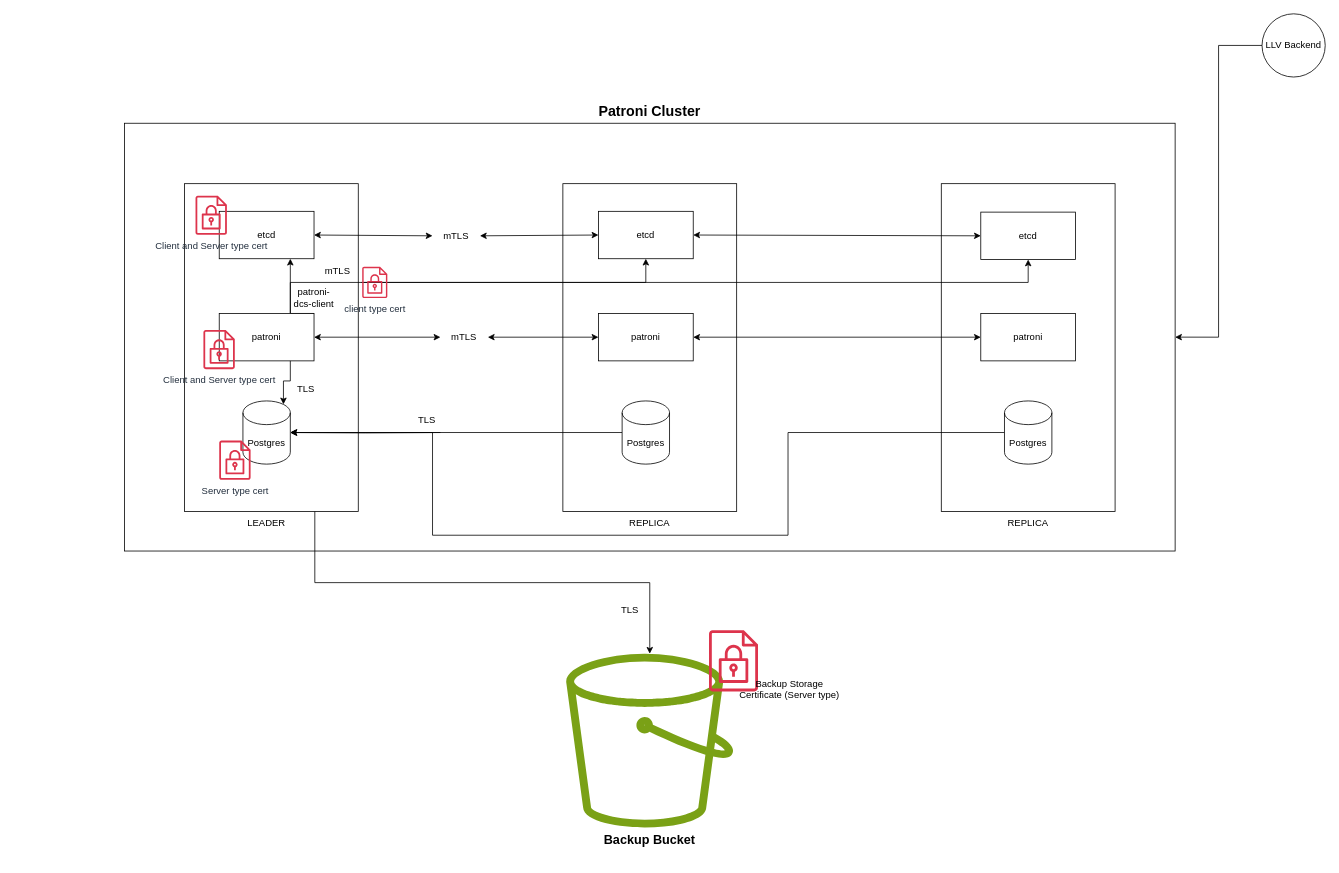
konradjed/patroni-postgres-cluster keeps this draw.io diagram as tls.drawio. Above is the earlier version. Source tidied: cells renumbered, new cells numbered last; positions are measured from the earlier drawing's top-left corner, leaving out a move shared by most shapes. Both pictures are drawn from the tidied source at 79%, with x=0, y=0 at pixel (124, 13).
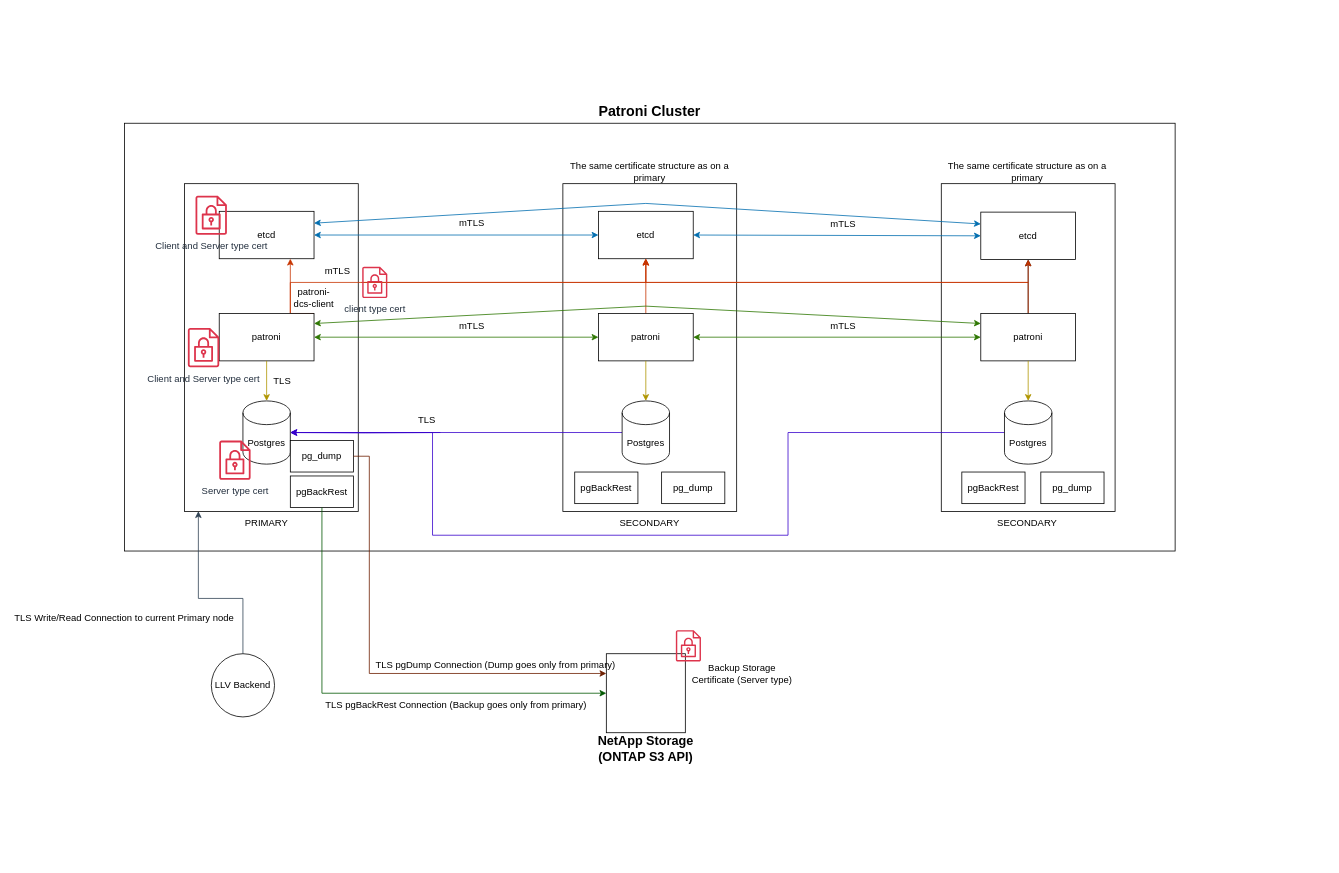
The same diagram, later.

Unchanged cells that the change refers to:
```xml
<mxCell id="2" style="group;" parent="1" vertex="1">
  <mxGeometry y="80" width="1330" height="600" as="geometry" />
</mxCell>
<mxCell id="3" style="rounded=0;whiteSpace=wrap;html=1;" parent="2" vertex="1">
  <mxGeometry y="58.5" width="1330" height="541.5" as="geometry" />
</mxCell>
<mxCell id="6" style="rounded=0;whiteSpace=wrap;html=1;" parent="2" vertex="1">
  <mxGeometry x="76" y="135" width="220" height="415" as="geometry" />
</mxCell>
<mxCell id="8" value="etcd" style="rounded=0;whiteSpace=wrap;html=1;" parent="2" vertex="1">
  <mxGeometry x="600" y="170" width="120" height="60" as="geometry" />
</mxCell>
<mxCell id="9" value="etcd" style="rounded=0;whiteSpace=wrap;html=1;" parent="2" vertex="1">
  <mxGeometry x="1084" y="171" width="120" height="60" as="geometry" />
</mxCell>
<mxCell id="10" value="etcd" style="rounded=0;whiteSpace=wrap;html=1;" parent="2" vertex="1">
  <mxGeometry x="120" y="170" width="120" height="60" as="geometry" />
</mxCell>
<mxCell id="11" value="patroni" style="rounded=0;whiteSpace=wrap;html=1;" parent="2" vertex="1">
  <mxGeometry x="1084" y="299.3" width="120" height="60" as="geometry" />
</mxCell>
<mxCell id="15" value="patroni" style="rounded=0;whiteSpace=wrap;html=1;" parent="2" vertex="1">
  <mxGeometry x="120" y="299.3" width="120" height="60" as="geometry" />
</mxCell>
<mxCell id="16" value="patroni" style="rounded=0;whiteSpace=wrap;html=1;" parent="2" vertex="1">
  <mxGeometry x="600" y="299.3" width="120" height="60" as="geometry" />
</mxCell>
<mxCell id="17" value="Postgres" style="shape=cylinder3;whiteSpace=wrap;html=1;boundedLbl=1;backgroundOutline=1;size=15;" parent="2" vertex="1">
  <mxGeometry x="150" y="410" width="60" height="80" as="geometry" />
</mxCell>
<mxCell id="19" value="Postgres" style="shape=cylinder3;whiteSpace=wrap;html=1;boundedLbl=1;backgroundOutline=1;size=15;" parent="2" vertex="1">
  <mxGeometry x="1114" y="410" width="60" height="80" as="geometry" />
</mxCell>
<mxCell id="21" value="Postgres" style="shape=cylinder3;whiteSpace=wrap;html=1;boundedLbl=1;backgroundOutline=1;size=15;" parent="2" vertex="1">
  <mxGeometry x="630" y="410" width="60" height="80" as="geometry" />
</mxCell>
<mxCell id="37" value="mTLS" style="text;html=1;whiteSpace=wrap;strokeColor=none;fillColor=none;align=center;verticalAlign=middle;rounded=0;" parent="2" vertex="1">
  <mxGeometry x="240" y="231" width="60" height="30" as="geometry" />
</mxCell>
```

The edit, as a diff of the source:
```diff
@@
+    <mxCell id="54" style="edgeStyle=orthogonalEdgeStyle;rounded=0;jettySize=auto;html=1;entryX=0.5;entryY=1;entryDx=0;entryDy=0;" parent="2" edge="1" source="11" target="9">
+      <mxGeometry relative="1" as="geometry" />
+    </mxCell>
+    <mxCell id="55" style="edgeStyle=orthogonalEdgeStyle;rounded=0;jettySize=auto;html=1;entryX=0.5;entryY=1;entryDx=0;entryDy=0;fillColor=#fa6800;strokeColor=#C73500;" parent="2" edge="1" source="11" target="8">
+      <mxGeometry relative="1" as="geometry">
+        <Array as="points">
+          <mxPoint x="1144" y="260" />
+          <mxPoint x="660" y="260" />
+        </Array>
+      </mxGeometry>
+    </mxCell>
@@
-    <mxCell id="12" style="edgeStyle=orthogonalEdgeStyle;rounded=0;jettySize=auto;html=1;exitX=0.75;exitY=0;exitDx=0;exitDy=0;entryX=0.75;entryY=1;entryDx=0;entryDy=0;" parent="2" edge="1" source="15" target="10">
+    <mxCell id="12" style="edgeStyle=orthogonalEdgeStyle;rounded=0;jettySize=auto;html=1;exitX=0.75;exitY=0;exitDx=0;exitDy=0;entryX=0.75;entryY=1;entryDx=0;entryDy=0;fillColor=#fa6800;strokeColor=#C73500;" parent="2" edge="1" source="15" target="10">
       <mxGeometry relative="1" as="geometry" />
     </mxCell>
-    <mxCell id="13" style="edgeStyle=orthogonalEdgeStyle;rounded=0;jettySize=auto;html=1;exitX=1;exitY=0;exitDx=0;exitDy=0;" parent="2" edge="1" source="15" target="8">
+    <mxCell id="13" style="edgeStyle=orthogonalEdgeStyle;rounded=0;jettySize=auto;html=1;exitX=1;exitY=0;exitDx=0;exitDy=0;fillColor=#fa6800;strokeColor=#C73500;" parent="2" edge="1" source="15" target="8">
       <mxGeometry relative="1" as="geometry">
         <Array as="points">
           <mxPoint x="210" y="299.3" />
           <mxPoint x="210" y="260" />
           <mxPoint x="660" y="260" />
         </Array>
       </mxGeometry>
     </mxCell>
-    <mxCell id="14" style="edgeStyle=orthogonalEdgeStyle;rounded=0;jettySize=auto;html=1;entryX=0.5;entryY=1;entryDx=0;entryDy=0;" parent="2" edge="1" source="37" target="9">
+    <mxCell id="14" style="edgeStyle=orthogonalEdgeStyle;rounded=0;jettySize=auto;html=1;entryX=0.5;entryY=1;entryDx=0;entryDy=0;fillColor=#fa6800;strokeColor=#C73500;" parent="2" edge="1" source="37" target="9">
       <mxGeometry relative="1" as="geometry">
         <Array as="points">
           <mxPoint x="1144" y="260" />
         </Array>
       </mxGeometry>
     </mxCell>
@@
+    <mxCell id="56" style="edgeStyle=orthogonalEdgeStyle;rounded=0;jettySize=auto;html=1;entryX=0.5;entryY=1;entryDx=0;entryDy=0;fillColor=#fa6800;strokeColor=#C73500;" parent="2" edge="1" source="16" target="8">
+      <mxGeometry relative="1" as="geometry" />
+    </mxCell>
@@
-    <mxCell id="18" style="edgeStyle=orthogonalEdgeStyle;rounded=0;jettySize=auto;html=1;entryX=1;entryY=0.5;entryDx=0;entryDy=0;entryPerimeter=0;" parent="2" edge="1" source="19" target="17">
+    <mxCell id="18" style="edgeStyle=orthogonalEdgeStyle;rounded=0;jettySize=auto;html=1;entryX=1;entryY=0.5;entryDx=0;entryDy=0;entryPerimeter=0;fillColor=#6a00ff;strokeColor=#3700CC;" parent="2" edge="1" source="19" target="17">
       <mxGeometry relative="1" as="geometry">
         <Array as="points">
           <mxPoint x="840" y="450" />
           <mxPoint x="840" y="580" />
           <mxPoint x="390" y="580" />
           <mxPoint x="390" y="450" />
         </Array>
       </mxGeometry>
     </mxCell>
@@
-    <mxCell id="20" style="edgeStyle=orthogonalEdgeStyle;rounded=0;jettySize=auto;html=1;entryX=1;entryY=0.5;entryDx=0;entryDy=0;entryPerimeter=0;" parent="2" edge="1" source="21" target="17">
+    <mxCell id="20" style="edgeStyle=orthogonalEdgeStyle;rounded=0;jettySize=auto;html=1;entryX=1;entryY=0.5;entryDx=0;entryDy=0;entryPerimeter=0;fillColor=#6a00ff;strokeColor=#3700CC;" parent="2" edge="1" source="21" target="17">
       <mxGeometry relative="1" as="geometry" />
     </mxCell>
@@
     <mxCell id="25" value="Client and Server type cert" style="sketch=0;fontColor=#232F3E;gradientColor=none;fillColor=#DD344C;strokeColor=none;dashed=0;verticalLabelPosition=bottom;verticalAlign=top;align=center;html=1;fontSize=12;fontStyle=0;shape=mxgraph.aws4.encrypted_data;" parent="2" vertex="1">
-      <mxGeometry x="100" y="320" width="39.7" height="50" as="geometry" />
+      <mxGeometry x="80.3" y="317.5" width="39.7" height="50" as="geometry" />
     </mxCell>
@@
-    <mxCell id="27" style="edgeStyle=orthogonalEdgeStyle;rounded=0;jettySize=auto;html=1;exitX=0.75;exitY=1;exitDx=0;exitDy=0;entryX=0.855;entryY=0;entryDx=0;entryDy=4.35;entryPerimeter=0;" parent="2" edge="1" source="15" target="17">
-      <mxGeometry relative="1" as="geometry" />
-    </mxCell>
     <mxCell id="28" value="TLS" style="text;html=1;whiteSpace=wrap;strokeColor=none;fillColor=none;align=center;verticalAlign=middle;rounded=0;" parent="2" vertex="1">
-      <mxGeometry x="200" y="380" width="60" height="30" as="geometry" />
+      <mxGeometry x="170" y="370" width="60" height="30" as="geometry" />
     </mxCell>
-    <mxCell id="29" style="endArrow=classic;startArrow=classic;html=1;rounded=0;entryX=0;entryY=0.5;entryDx=0;entryDy=0;exitX=1;exitY=0.5;exitDx=0;exitDy=0;" parent="2" edge="1" source="32" target="16">
+    <mxCell id="29" style="endArrow=classic;startArrow=classic;html=1;rounded=0;entryX=0;entryY=0.5;entryDx=0;entryDy=0;exitX=1;exitY=0.5;exitDx=0;exitDy=0;fillColor=#60a917;strokeColor=#2D7600;" parent="2" edge="1" source="15" target="16">
       <mxGeometry relative="1" as="geometry" />
     </mxCell>
-    <mxCell id="30" style="endArrow=classic;startArrow=classic;html=1;rounded=0;entryX=0;entryY=0.5;entryDx=0;entryDy=0;exitX=1;exitY=0.5;exitDx=0;exitDy=0;" parent="2" edge="1" source="34" target="8">
-      <mxGeometry relative="1" as="geometry" />
-    </mxCell>
-    <mxCell id="31" style="endArrow=classic;startArrow=classic;html=1;rounded=0;entryX=0;entryY=0.5;entryDx=0;entryDy=0;exitX=1;exitY=0.5;exitDx=0;exitDy=0;" parent="2" edge="1" source="15" target="32">
-      <mxGeometry relative="1" as="geometry" />
-    </mxCell>
-    <mxCell id="32" value="mTLS" style="text;html=1;whiteSpace=wrap;strokeColor=none;fillColor=none;align=center;verticalAlign=middle;rounded=0;" parent="2" vertex="1">
-      <mxGeometry x="400" y="314.3" width="60" height="30" as="geometry" />
-    </mxCell>
-    <mxCell id="33" style="endArrow=classic;startArrow=classic;html=1;rounded=0;entryX=0;entryY=0.5;entryDx=0;entryDy=0;exitX=1;exitY=0.5;exitDx=0;exitDy=0;" parent="2" edge="1" source="10" target="34">
+    <mxCell id="33" style="endArrow=classic;startArrow=classic;html=1;rounded=0;entryX=0;entryY=0.5;entryDx=0;entryDy=0;exitX=1;exitY=0.5;exitDx=0;exitDy=0;fillColor=#1ba1e2;strokeColor=#006EAF;" parent="2" edge="1" source="10" target="8">
       <mxGeometry relative="1" as="geometry" />
     </mxCell>
-    <mxCell id="34" value="mTLS" style="text;html=1;whiteSpace=wrap;strokeColor=none;fillColor=none;align=center;verticalAlign=middle;rounded=0;" parent="2" vertex="1">
-      <mxGeometry x="390" y="186" width="60" height="30" as="geometry" />
-    </mxCell>
-    <mxCell id="35" style="endArrow=classic;startArrow=classic;html=1;rounded=0;entryX=0;entryY=0.5;entryDx=0;entryDy=0;exitX=1;exitY=0.5;exitDx=0;exitDy=0;" parent="2" edge="1" source="16" target="11">
+    <mxCell id="35" style="endArrow=classic;startArrow=classic;html=1;rounded=0;entryX=0;entryY=0.5;entryDx=0;entryDy=0;exitX=1;exitY=0.5;exitDx=0;exitDy=0;fillColor=#60a917;strokeColor=#2D7600;" parent="2" edge="1" source="16" target="11">
       <mxGeometry relative="1" as="geometry" />
     </mxCell>
-    <mxCell id="36" style="endArrow=classic;startArrow=classic;html=1;rounded=0;entryX=0;entryY=0.5;entryDx=0;entryDy=0;exitX=1;exitY=0.5;exitDx=0;exitDy=0;" parent="2" edge="1" source="8" target="9">
+    <mxCell id="36" style="endArrow=classic;startArrow=classic;html=1;rounded=0;entryX=0;entryY=0.5;entryDx=0;entryDy=0;exitX=1;exitY=0.5;exitDx=0;exitDy=0;fillColor=#1ba1e2;strokeColor=#006EAF;" parent="2" edge="1" source="8" target="9">
       <mxGeometry relative="1" as="geometry" />
     </mxCell>
@@
-    <mxCell id="38" value="LEADER" style="text;html=1;whiteSpace=wrap;strokeColor=none;fillColor=none;align=center;verticalAlign=middle;rounded=0;" parent="2" vertex="1">
+    <mxCell id="38" value="PRIMARY" style="text;html=1;whiteSpace=wrap;strokeColor=none;fillColor=none;align=center;verticalAlign=middle;rounded=0;" parent="2" vertex="1">
       <mxGeometry x="150" y="550" width="60" height="30" as="geometry" />
     </mxCell>
-    <mxCell id="39" value="REPLICA" style="text;html=1;whiteSpace=wrap;strokeColor=none;fillColor=none;align=center;verticalAlign=middle;rounded=0;" parent="2" vertex="1">
+    <mxCell id="39" value="SECONDARY" style="text;html=1;whiteSpace=wrap;strokeColor=none;fillColor=none;align=center;verticalAlign=middle;rounded=0;" parent="2" vertex="1">
       <mxGeometry x="635" y="550" width="60" height="30" as="geometry" />
     </mxCell>
-    <mxCell id="40" style="edgeStyle=orthogonalEdgeStyle;rounded=0;jettySize=auto;html=1;entryX=1;entryY=0.5;entryDx=0;entryDy=0;entryPerimeter=0;" parent="2" edge="1" target="17">
+    <mxCell id="40" style="edgeStyle=orthogonalEdgeStyle;rounded=0;jettySize=auto;html=1;entryX=1;entryY=0.5;entryDx=0;entryDy=0;entryPerimeter=0;fillColor=#6a00ff;strokeColor=#3700CC;" parent="2" edge="1" target="17">
       <mxGeometry relative="1" as="geometry">
         <mxPoint x="400" y="450" as="sourcePoint" />
       </mxGeometry>
     </mxCell>
@@
-    <mxCell id="42" value="REPLICA" style="text;html=1;whiteSpace=wrap;strokeColor=none;fillColor=none;align=center;verticalAlign=middle;rounded=0;" parent="2" vertex="1">
-      <mxGeometry x="1114" y="550" width="60" height="30" as="geometry" />
-    </mxCell>
+    <mxCell id="57" style="endArrow=classic;startArrow=classic;html=1;rounded=0;entryX=0;entryY=0.25;entryDx=0;entryDy=0;exitX=1;exitY=0.25;exitDx=0;exitDy=0;fillColor=#1ba1e2;strokeColor=#006EAF;" parent="2" edge="1" source="10" target="9">
+      <mxGeometry relative="1" as="geometry">
+        <Array as="points">
+          <mxPoint x="660" y="160" />
+        </Array>
+      </mxGeometry>
+    </mxCell>
+    <mxCell id="58" style="endArrow=classic;startArrow=classic;html=1;rounded=0;entryX=0;entryY=0.25;entryDx=0;entryDy=0;exitX=1;exitY=0.25;exitDx=0;exitDy=0;fillColor=#60a917;strokeColor=#2D7600;" parent="2" edge="1">
+      <mxGeometry relative="1" as="geometry">
+        <mxPoint x="240" y="312" as="sourcePoint" />
+        <mxPoint x="1084" y="312" as="targetPoint" />
+        <Array as="points">
+          <mxPoint x="660" y="290" />
+        </Array>
+      </mxGeometry>
+    </mxCell>
+    <mxCell id="59" style="edgeStyle=orthogonalEdgeStyle;rounded=0;jettySize=auto;html=1;entryX=0.5;entryY=0;entryDx=0;entryDy=0;entryPerimeter=0;fillColor=#e3c800;strokeColor=#B09500;" parent="2" edge="1" source="16" target="21">
+      <mxGeometry relative="1" as="geometry" />
+    </mxCell>
+    <mxCell id="60" style="edgeStyle=orthogonalEdgeStyle;rounded=0;jettySize=auto;html=1;entryX=0.5;entryY=0;entryDx=0;entryDy=0;entryPerimeter=0;fillColor=#e3c800;strokeColor=#B09500;" parent="2" edge="1" source="11" target="19">
+      <mxGeometry relative="1" as="geometry" />
+    </mxCell>
+    <mxCell id="61" value="The same certificate structure as on a primary" style="text;html=1;whiteSpace=wrap;strokeColor=none;fillColor=none;align=center;verticalAlign=middle;rounded=0;" parent="2" vertex="1">
+      <mxGeometry x="555" y="105" width="220" height="30" as="geometry" />
+    </mxCell>
+    <mxCell id="62" value="The same certificate structure as on a primary" style="text;html=1;whiteSpace=wrap;strokeColor=none;fillColor=none;align=center;verticalAlign=middle;rounded=0;" parent="2" vertex="1">
+      <mxGeometry x="1033" y="105" width="220" height="30" as="geometry" />
+    </mxCell>
+    <mxCell id="63" value="mTLS" style="text;html=1;whiteSpace=wrap;strokeColor=none;fillColor=none;align=center;verticalAlign=middle;rounded=0;" parent="2" vertex="1">
+      <mxGeometry x="410" y="300" width="60" height="30" as="geometry" />
+    </mxCell>
+    <mxCell id="64" value="mTLS" style="text;html=1;whiteSpace=wrap;strokeColor=none;fillColor=none;align=center;verticalAlign=middle;rounded=0;" parent="2" vertex="1">
+      <mxGeometry x="410" y="170" width="60" height="30" as="geometry" />
+    </mxCell>
+    <mxCell id="65" value="mTLS" style="text;html=1;whiteSpace=wrap;strokeColor=none;fillColor=none;align=center;verticalAlign=middle;rounded=0;" parent="2" vertex="1">
+      <mxGeometry x="880" y="171" width="60" height="30" as="geometry" />
+    </mxCell>
+    <mxCell id="66" value="mTLS" style="text;html=1;whiteSpace=wrap;strokeColor=none;fillColor=none;align=center;verticalAlign=middle;rounded=0;" parent="2" vertex="1">
+      <mxGeometry x="880" y="300" width="60" height="30" as="geometry" />
+    </mxCell>
+    <mxCell id="67" value="SECONDARY" style="text;html=1;whiteSpace=wrap;strokeColor=none;fillColor=none;align=center;verticalAlign=middle;rounded=0;" parent="2" vertex="1">
+      <mxGeometry x="1113" y="550" width="60" height="30" as="geometry" />
+    </mxCell>
+    <mxCell id="68" value="pgBackRest" style="rounded=0;whiteSpace=wrap;html=1;" parent="2" vertex="1">
+      <mxGeometry x="210" y="505" width="80" height="40" as="geometry" />
+    </mxCell>
+    <mxCell id="69" value="pg_dump" style="rounded=0;whiteSpace=wrap;html=1;" parent="2" vertex="1">
+      <mxGeometry x="1160" y="500" width="80" height="40" as="geometry" />
+    </mxCell>
+    <mxCell id="27" style="edgeStyle=orthogonalEdgeStyle;rounded=0;jettySize=auto;html=1;entryX=0.5;entryY=0;entryDx=0;entryDy=0;entryPerimeter=0;fillColor=#e3c800;strokeColor=#B09500;exitX=0.5;exitY=1;exitDx=0;exitDy=0;" parent="2" edge="1" source="15" target="17">
+      <mxGeometry relative="1" as="geometry" />
+    </mxCell>
+    <mxCell id="70" value="pgBackRest" style="rounded=0;whiteSpace=wrap;html=1;" parent="2" vertex="1">
+      <mxGeometry x="570" y="500" width="80" height="40" as="geometry" />
+    </mxCell>
+    <mxCell id="71" value="pgBackRest" style="rounded=0;whiteSpace=wrap;html=1;" parent="2" vertex="1">
+      <mxGeometry x="1060" y="500" width="80" height="40" as="geometry" />
+    </mxCell>
+    <mxCell id="72" value="pg_dump" style="rounded=0;whiteSpace=wrap;html=1;" parent="2" vertex="1">
+      <mxGeometry x="680" y="500" width="80" height="40" as="geometry" />
+    </mxCell>
+    <mxCell id="73" value="pg_dump" style="rounded=0;whiteSpace=wrap;html=1;" parent="2" vertex="1">
+      <mxGeometry x="210" y="460" width="80" height="40" as="geometry" />
+    </mxCell>
-    <mxCell id="43" style="edgeStyle=orthogonalEdgeStyle;rounded=0;jettySize=auto;html=1;entryX=1;entryY=0.5;entryDx=0;entryDy=0;" parent="1" edge="1" source="44" target="3">
-      <mxGeometry relative="1" as="geometry" />
+    <mxCell id="43" style="edgeStyle=orthogonalEdgeStyle;rounded=0;jettySize=auto;html=1;entryX=0.08;entryY=0.999;entryDx=0;entryDy=0;entryPerimeter=0;fillColor=#647687;strokeColor=#314354;" parent="1" edge="1" source="44" target="6">
+      <mxGeometry relative="1" as="geometry">
+        <Array as="points">
+          <mxPoint x="150" y="740" />
+          <mxPoint x="93.6" y="740" />
+        </Array>
+      </mxGeometry>
     </mxCell>
     <mxCell id="44" value="LLV Backend" style="ellipse;whiteSpace=wrap;html=1;shapeInside=1;" parent="1" vertex="1">
-      <mxGeometry x="1440" width="80" height="80" as="geometry" />
+      <mxGeometry x="110" y="810" width="80" height="80" as="geometry" />
     </mxCell>
     <mxCell id="45" style="group;" parent="1" vertex="1">
-      <mxGeometry x="535" y="810" width="379" height="260" as="geometry" />
+      <mxGeometry x="530" y="810" width="379" height="260" as="geometry" />
     </mxCell>
     <mxCell id="46" style="group;" parent="45" vertex="1">
-      <mxGeometry width="267" height="260" as="geometry" />
+      <mxGeometry width="324" height="260" as="geometry" />
     </mxCell>
     <mxCell id="47" style="group;" parent="46" vertex="1">
-      <mxGeometry y="-30" width="267" height="290" as="geometry" />
+      <mxGeometry y="-30" width="324" height="290" as="geometry" />
     </mxCell>
-    <mxCell id="48" style="sketch=0;outlineConnect=0;fontColor=#232F3E;gradientColor=none;fillColor=#7AA116;strokeColor=none;dashed=0;verticalLabelPosition=bottom;verticalAlign=top;align=center;html=1;fontSize=12;fontStyle=0;shape=mxgraph.aws4.bucket;" parent="47" vertex="1">
-      <mxGeometry x="24.2" y="30" width="211.5" height="220" as="geometry" />
-    </mxCell>
-    <mxCell id="49" value="&lt;b&gt;&lt;font style=&quot;font-size: 16px;&quot;&gt;Backup Bucket&lt;/font&gt;&lt;/b&gt;" style="text;html=1;whiteSpace=wrap;strokeColor=none;fillColor=none;align=center;verticalAlign=middle;rounded=0;" parent="47" vertex="1">
-      <mxGeometry y="240" width="260" height="50" as="geometry" />
+    <mxCell id="49" value="&lt;b&gt;&lt;font style=&quot;font-size: 16px;&quot;&gt;NetApp Storage&lt;/font&gt;&lt;/b&gt;&lt;div&gt;&lt;font style=&quot;&quot;&gt;&lt;span style=&quot;font-size: 16px;&quot;&gt;&lt;b&gt;(ONTAP S3 API)&lt;/b&gt;&lt;/span&gt;&lt;/font&gt;&lt;/div&gt;" style="text;html=1;whiteSpace=wrap;strokeColor=none;fillColor=none;align=center;verticalAlign=middle;rounded=0;" parent="47" vertex="1">
+      <mxGeometry x="31.9" y="130" width="196.2" height="40" as="geometry" />
     </mxCell>
+    <mxCell id="74" style="whiteSpace=wrap;html=1;" parent="47" vertex="1">
+      <mxGeometry x="80" y="30" width="100" height="100" as="geometry" />
+    </mxCell>
     <mxCell id="50" style="sketch=0;fontColor=#232F3E;gradientColor=none;fillColor=#DD344C;strokeColor=none;dashed=0;verticalLabelPosition=bottom;verticalAlign=top;align=center;html=1;fontSize=12;fontStyle=0;shape=mxgraph.aws4.encrypted_data;" parent="47" vertex="1">
-      <mxGeometry x="205" width="62" height="78" as="geometry" />
+      <mxGeometry x="168" width="31.8" height="40" as="geometry" />
     </mxCell>
-    <mxCell id="51" value="Backup Storage Certificate (Server type)" style="text;html=1;whiteSpace=wrap;strokeColor=none;fillColor=none;align=center;verticalAlign=middle;rounded=0;" parent="45" vertex="1">
-      <mxGeometry x="235" y="20" width="144" height="50" as="geometry" />
+    <mxCell id="51" value="Backup Storage Certificate (Server type)" style="text;html=1;whiteSpace=wrap;strokeColor=none;fillColor=none;align=center;verticalAlign=middle;rounded=0;" parent="47" vertex="1">
+      <mxGeometry x="180" y="30" width="144" height="50" as="geometry" />
     </mxCell>
-    <mxCell id="52" style="edgeStyle=orthogonalEdgeStyle;rounded=0;jettySize=auto;html=1;exitX=0.75;exitY=1;exitDx=0;exitDy=0;" parent="1" edge="1" source="6" target="48">
-      <mxGeometry relative="1" as="geometry" />
-    </mxCell>
-    <mxCell id="53" value="TLS" style="text;html=1;whiteSpace=wrap;strokeColor=none;fillColor=none;align=center;verticalAlign=middle;rounded=0;" parent="1" vertex="1">
-      <mxGeometry x="610" y="740" width="60" height="30" as="geometry" />
+    <mxCell id="53" value="TLS pgBackRest Connection (Backup goes only from primary)" style="text;html=1;whiteSpace=wrap;strokeColor=none;fillColor=none;align=center;verticalAlign=middle;rounded=0;" parent="1" vertex="1">
+      <mxGeometry x="250" y="860" width="340" height="30" as="geometry" />
     </mxCell>
+    <mxCell id="75" value="TLS Write/Read Connection to current Primary node" style="text;html=1;whiteSpace=wrap;strokeColor=none;fillColor=none;align=center;verticalAlign=middle;rounded=0;" parent="1" vertex="1">
+      <mxGeometry x="-140" y="750" width="280" height="30" as="geometry" />
+    </mxCell>
+    <mxCell id="76" style="edgeStyle=orthogonalEdgeStyle;rounded=0;jettySize=auto;html=1;entryX=0;entryY=0.25;entryDx=0;entryDy=0;fillColor=#a0522d;strokeColor=#6D1F00;" parent="1" edge="1" source="73" target="74">
+      <mxGeometry relative="1" as="geometry">
+        <Array as="points">
+          <mxPoint x="310" y="560" />
+          <mxPoint x="310" y="835" />
+        </Array>
+      </mxGeometry>
+    </mxCell>
+    <mxCell id="77" style="edgeStyle=orthogonalEdgeStyle;rounded=0;jettySize=auto;html=1;entryX=0;entryY=0.5;entryDx=0;entryDy=0;fillColor=#008a00;strokeColor=#005700;" parent="1" edge="1" source="68" target="74">
+      <mxGeometry relative="1" as="geometry">
+        <Array as="points">
+          <mxPoint x="250" y="860" />
+        </Array>
+      </mxGeometry>
+    </mxCell>
+    <mxCell id="78" value="TLS pgDump Connection (Dump goes only from primary)" style="text;html=1;whiteSpace=wrap;strokeColor=none;fillColor=none;align=center;verticalAlign=middle;rounded=0;" parent="1" vertex="1">
+      <mxGeometry x="300" y="810" width="340" height="30" as="geometry" />
+    </mxCell>
```
